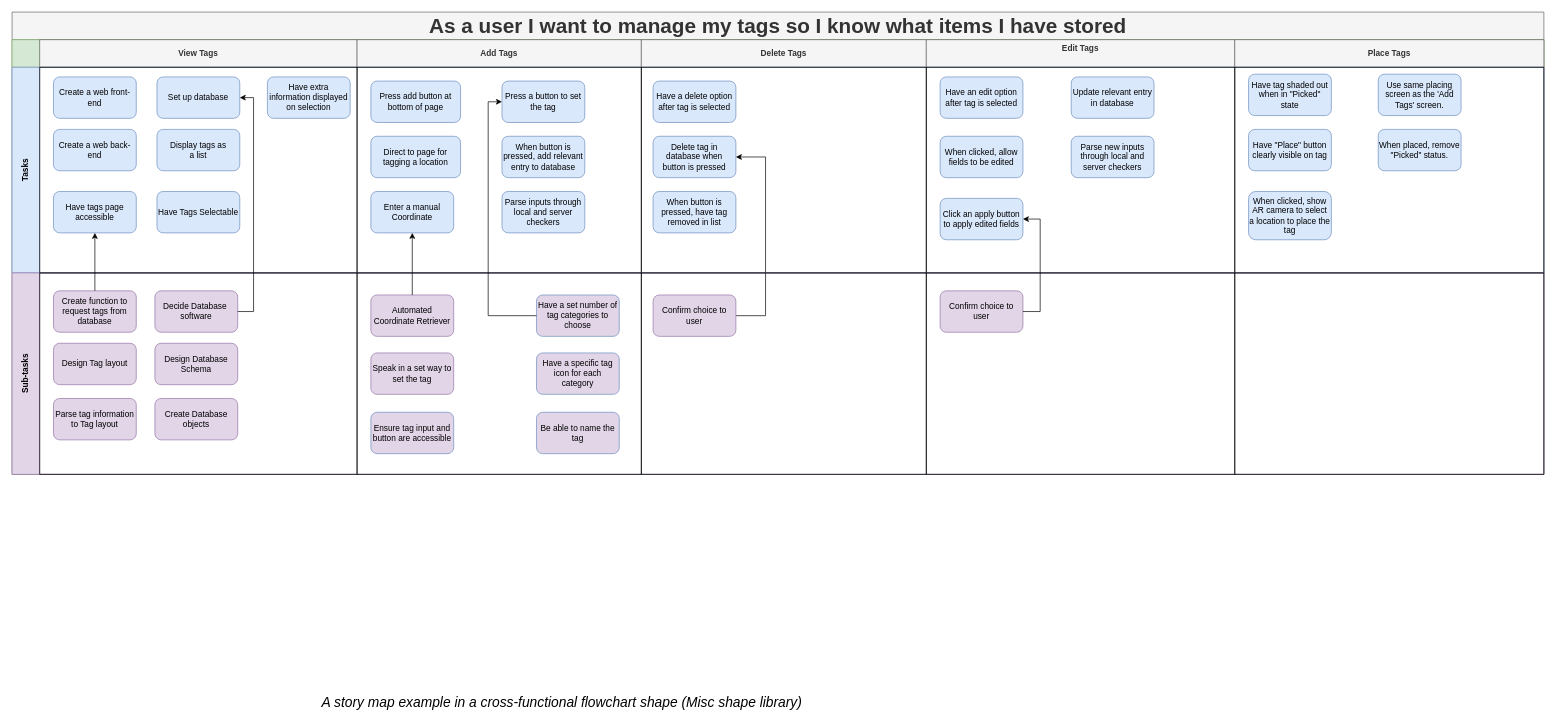
Above: Documentation/Project Diagrams/Story Maps/Manage Tag Theme.drawio in ickeyben123/AR (draw.io), before the change. Source tidied: cells renumbered, new cells numbered last; positions are measured from the earlier drawing's top-left corner, leaving out a move shared by most shapes. Both pictures are drawn from the tidied source at 69%, with x=0, y=0 at pixel (12, 12).
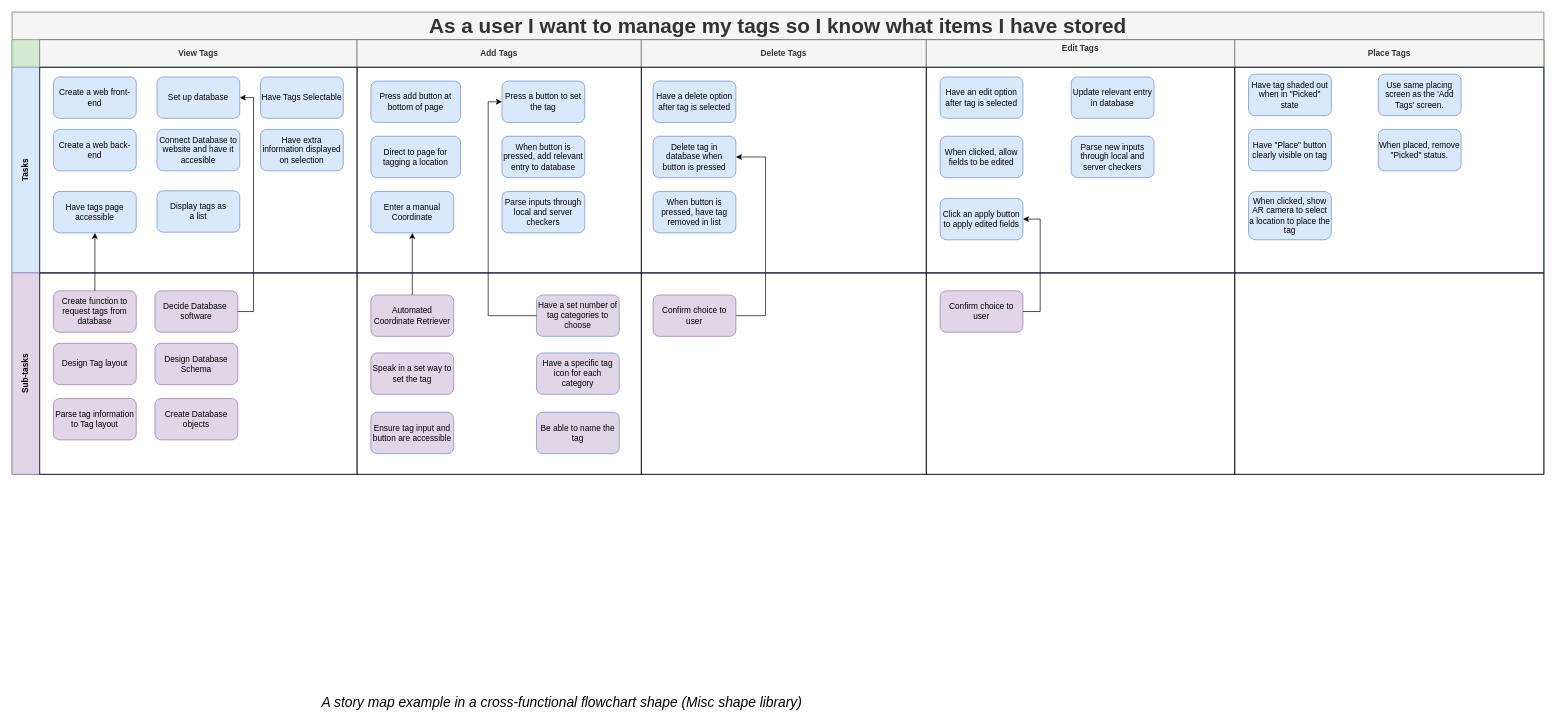
The same page after the edit.

Unchanged cells that the change refers to:
```xml
<mxCell id="10" style="swimlane;startSize=0;html=1;whiteSpace=wrap;" parent="9" vertex="1">
  <mxGeometry x="40" width="460" height="298" as="geometry" />
</mxCell>
```

The edit, as a diff of the source:
```diff
@@
     <mxCell id="12" value="&lt;div&gt;Display tags as &lt;br&gt;&lt;/div&gt;&lt;div&gt;a list&lt;/div&gt;" style="rounded=1;whiteSpace=wrap;html=1;strokeWidth=1;fillColor=#dae8fc;strokeColor=#6c8ebf;" parent="10" vertex="1">
-      <mxGeometry x="170" y="90" width="120" height="60" as="geometry" />
+      <mxGeometry x="170" y="179" width="120" height="60" as="geometry" />
     </mxCell>
@@
     <mxCell id="14" value="Have extra information displayed on selection" style="rounded=1;whiteSpace=wrap;html=1;strokeWidth=1;fillColor=#dae8fc;strokeColor=#6c8ebf;" parent="10" vertex="1">
-      <mxGeometry x="330" y="14" width="120" height="60" as="geometry" />
+      <mxGeometry x="320" y="90" width="120" height="60" as="geometry" />
     </mxCell>
@@
     <mxCell id="17" value="Have Tags Selectable" style="rounded=1;whiteSpace=wrap;html=1;strokeWidth=1;fillColor=#dae8fc;strokeColor=#6c8ebf;" parent="10" vertex="1">
-      <mxGeometry x="170" y="180" width="120" height="60" as="geometry" />
+      <mxGeometry x="320" y="14" width="120" height="60" as="geometry" />
     </mxCell>
+    <mxCell id="68" value="&lt;div&gt;Connect Database to website and have it accesible&lt;/div&gt;" style="rounded=1;whiteSpace=wrap;html=1;strokeWidth=1;fillColor=#dae8fc;strokeColor=#6c8ebf;" parent="10" vertex="1">
+      <mxGeometry x="170" y="90" width="120" height="60" as="geometry" />
+    </mxCell>
```
